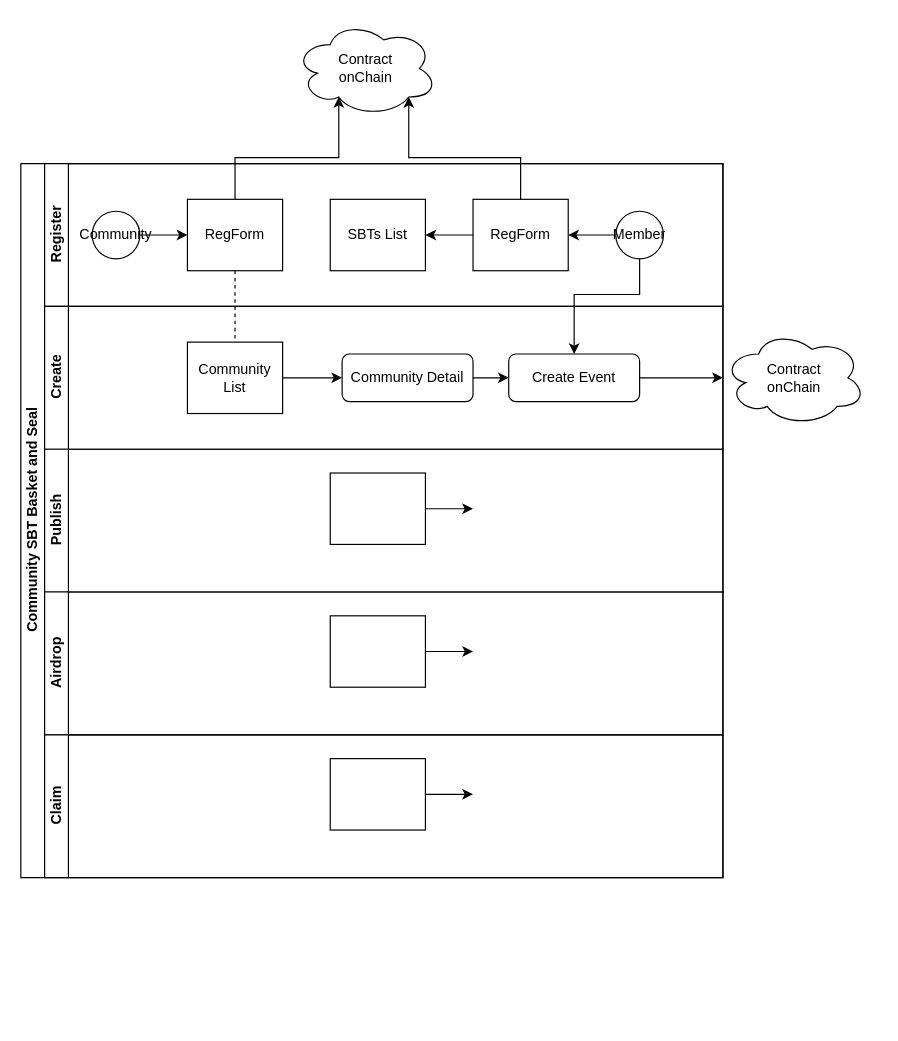
PlanckerLabs/CSBS keeps this draw.io diagram as CSBS-basic.drawio. Above is the earlier version. Source tidied: cells renumbered, new cells numbered last; positions are measured from the earlier drawing's top-left corner, leaving out a move shared by most shapes. Both pictures are drawn from the tidied source at 119%, with x=0, y=0 at pixel (20, 20).
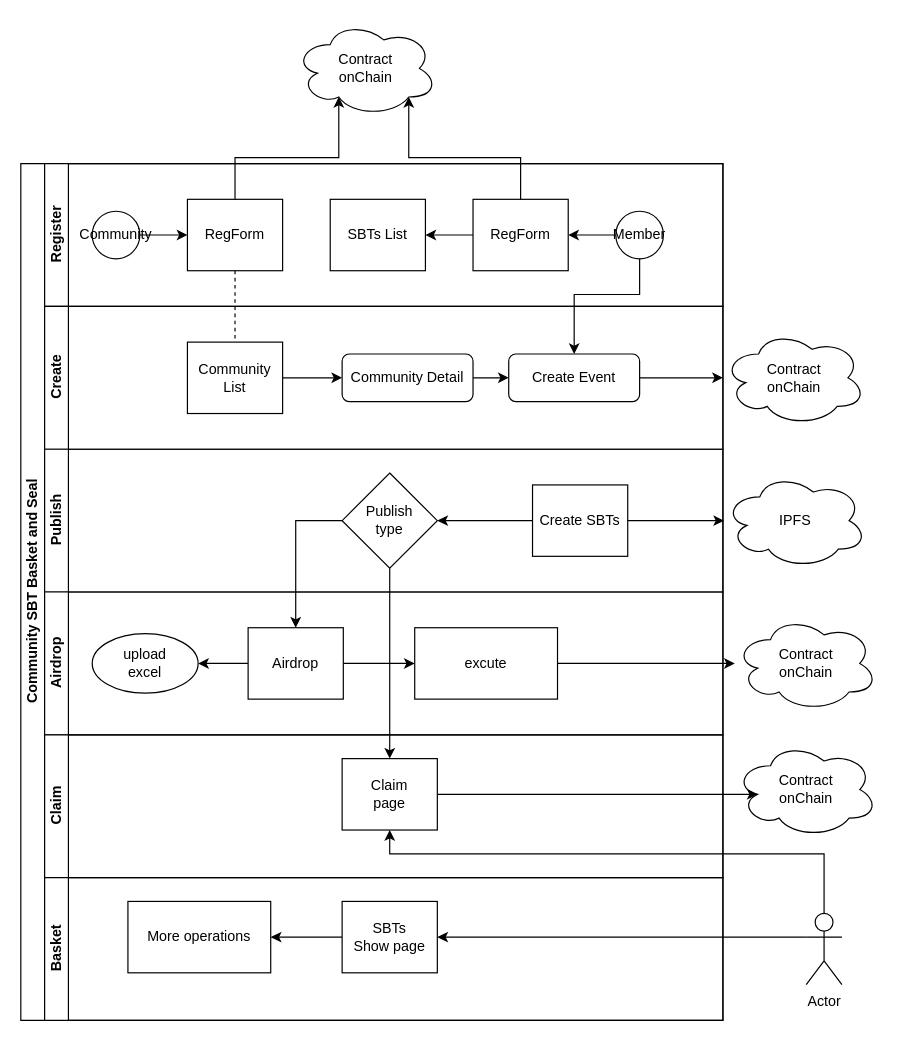
The same page after the edit.

The change refers to these unchanged cells:
```xml
<mxCell id="19" value="Publish" style="swimlane;html=1;startSize=20;horizontal=0;" parent="2" vertex="1">
  <mxGeometry x="20" y="240" width="570" height="120" as="geometry" />
</mxCell>
<mxCell id="22" value="Airdrop" style="swimlane;html=1;startSize=20;horizontal=0;" parent="2" vertex="1">
  <mxGeometry x="20" y="360" width="570" height="120" as="geometry" />
</mxCell>
```

The edit, as a diff of the source:
```diff
@@
     <mxCell id="2" value="Community SBT Basket and Seal" style="swimlane;html=1;horizontal=0;startSize=20;" parent="1" vertex="1">
-      <mxGeometry y="120" width="590" height="600" as="geometry" />
+      <mxGeometry y="120" width="590" height="720" as="geometry" />
     </mxCell>
@@
-    <mxCell id="20" style="edgeStyle=orthogonalEdgeStyle;rounded=0;jettySize=auto;html=1;endArrow=classic;endFill=1;" parent="19" edge="1" source="21">
-      <mxGeometry relative="1" as="geometry">
-        <mxPoint x="360" y="50" as="targetPoint" />
-      </mxGeometry>
-    </mxCell>
+    <mxCell id="34" style="edgeStyle=orthogonalEdgeStyle;rounded=0;jettySize=auto;html=1;" parent="19" edge="1" source="21" target="35">
+      <mxGeometry relative="1" as="geometry" />
+    </mxCell>
-    <mxCell id="21" style="rounded=0;whiteSpace=wrap;html=1;fontFamily=Helvetica;fontSize=12;fontColor=#000000;align=center;" parent="19" vertex="1">
-      <mxGeometry x="240" y="20" width="80" height="60" as="geometry" />
+    <mxCell id="21" value="Create SBTs" style="rounded=0;whiteSpace=wrap;html=1;fontFamily=Helvetica;fontSize=12;fontColor=#000000;align=center;" parent="19" vertex="1">
+      <mxGeometry x="410" y="30" width="80" height="60" as="geometry" />
     </mxCell>
+    <mxCell id="35" value="Publish&lt;br&gt;type" style="rhombus;whiteSpace=wrap;html=1;shadow=0;" parent="19" vertex="1">
+      <mxGeometry x="250" y="20" width="80" height="80" as="geometry" />
+    </mxCell>
@@
-    <mxCell id="23" style="edgeStyle=orthogonalEdgeStyle;rounded=0;jettySize=auto;html=1;endArrow=classic;endFill=1;" parent="22" edge="1" source="24">
-      <mxGeometry relative="1" as="geometry">
-        <mxPoint x="360" y="50" as="targetPoint" />
-      </mxGeometry>
-    </mxCell>
+    <mxCell id="36" style="edgeStyle=orthogonalEdgeStyle;rounded=0;jettySize=auto;html=1;" parent="22" edge="1" source="24" target="37">
+      <mxGeometry relative="1" as="geometry" />
+    </mxCell>
-    <mxCell id="24" style="rounded=0;whiteSpace=wrap;html=1;fontFamily=Helvetica;fontSize=12;fontColor=#000000;align=center;" parent="22" vertex="1">
-      <mxGeometry x="240" y="20" width="80" height="60" as="geometry" />
+    <mxCell id="24" value="Airdrop" style="rounded=0;whiteSpace=wrap;html=1;fontFamily=Helvetica;fontSize=12;fontColor=#000000;align=center;" parent="22" vertex="1">
+      <mxGeometry x="171" y="30" width="80" height="60" as="geometry" />
     </mxCell>
+    <mxCell id="37" value="upload&lt;br&gt;excel" style="ellipse;whiteSpace=wrap;html=1;fontColor=#000000;rounded=0;" parent="22" vertex="1">
+      <mxGeometry x="40" y="35" width="89" height="50" as="geometry" />
+    </mxCell>
+    <mxCell id="38" value="Claim" style="swimlane;html=1;startSize=20;horizontal=0;" parent="2" vertex="1">
+      <mxGeometry x="20" y="480" width="570" height="120" as="geometry" />
+    </mxCell>
+    <mxCell id="39" value="Claim&lt;br&gt;page" style="rounded=0;whiteSpace=wrap;html=1;fontFamily=Helvetica;fontSize=12;fontColor=#000000;align=center;" parent="38" vertex="1">
+      <mxGeometry x="250" y="20" width="80" height="60" as="geometry" />
+    </mxCell>
-    <mxCell id="25" value="Claim" style="swimlane;html=1;startSize=20;horizontal=0;" parent="2" vertex="1">
-      <mxGeometry x="20" y="480" width="570" height="120" as="geometry" />
+    <mxCell id="25" value="Basket" style="swimlane;html=1;startSize=20;horizontal=0;" parent="2" vertex="1">
+      <mxGeometry x="20" y="600" width="570" height="120" as="geometry" />
     </mxCell>
-    <mxCell id="26" style="edgeStyle=orthogonalEdgeStyle;rounded=0;jettySize=auto;html=1;endArrow=classic;endFill=1;" parent="25" edge="1" source="27">
-      <mxGeometry relative="1" as="geometry">
-        <mxPoint x="360" y="50" as="targetPoint" />
-      </mxGeometry>
-    </mxCell>
+    <mxCell id="40" style="edgeStyle=orthogonalEdgeStyle;rounded=0;jettySize=auto;html=1;" parent="25" edge="1" source="27" target="41">
+      <mxGeometry relative="1" as="geometry" />
+    </mxCell>
-    <mxCell id="27" style="rounded=0;whiteSpace=wrap;html=1;fontFamily=Helvetica;fontSize=12;fontColor=#000000;align=center;" parent="25" vertex="1">
-      <mxGeometry x="240" y="20" width="80" height="60" as="geometry" />
+    <mxCell id="27" value="SBTs&lt;br&gt;Show page" style="rounded=0;whiteSpace=wrap;html=1;fontFamily=Helvetica;fontSize=12;fontColor=#000000;align=center;" parent="25" vertex="1">
+      <mxGeometry x="250" y="20" width="80" height="60" as="geometry" />
     </mxCell>
+    <mxCell id="41" value="More operations" style="whiteSpace=wrap;html=1;fontColor=#000000;rounded=0;" parent="25" vertex="1">
+      <mxGeometry x="70" y="20" width="120" height="60" as="geometry" />
+    </mxCell>
@@
+    <mxCell id="42" style="edgeStyle=orthogonalEdgeStyle;rounded=0;jettySize=auto;html=1;exitX=0;exitY=0.5;exitDx=0;exitDy=0;" parent="2" edge="1" source="35" target="24">
+      <mxGeometry relative="1" as="geometry" />
+    </mxCell>
+    <mxCell id="43" style="edgeStyle=orthogonalEdgeStyle;rounded=0;jettySize=auto;html=1;" parent="2" edge="1" source="35" target="39">
+      <mxGeometry relative="1" as="geometry" />
+    </mxCell>
@@
+    <mxCell id="44" value="IPFS" style="ellipse;shape=cloud;whiteSpace=wrap;html=1;shadow=0;" parent="1" vertex="1">
+      <mxGeometry x="591" y="380" width="120" height="80" as="geometry" />
+    </mxCell>
+    <mxCell id="45" style="edgeStyle=orthogonalEdgeStyle;rounded=0;jettySize=auto;html=1;exitX=1;exitY=0.5;exitDx=0;exitDy=0;" parent="1" edge="1" source="46" target="48">
+      <mxGeometry relative="1" as="geometry" />
+    </mxCell>
+    <mxCell id="46" value="excute" style="whiteSpace=wrap;html=1;fontColor=#000000;rounded=0;" parent="1" vertex="1">
+      <mxGeometry x="331" y="510" width="120" height="60" as="geometry" />
+    </mxCell>
+    <mxCell id="47" style="edgeStyle=orthogonalEdgeStyle;rounded=0;jettySize=auto;html=1;" parent="1" edge="1" source="24" target="46">
+      <mxGeometry relative="1" as="geometry" />
+    </mxCell>
+    <mxCell id="48" value="Contract&lt;br&gt;onChain" style="ellipse;shape=cloud;whiteSpace=wrap;html=1;shadow=0;" parent="1" vertex="1">
+      <mxGeometry x="600" y="500" width="120" height="80" as="geometry" />
+    </mxCell>
+    <mxCell id="49" style="edgeStyle=orthogonalEdgeStyle;rounded=0;jettySize=auto;html=1;exitX=0;exitY=0.3333333333333333;exitDx=0;exitDy=0;exitPerimeter=0;entryX=1;entryY=0.5;entryDx=0;entryDy=0;" parent="1" edge="1" source="51" target="27">
+      <mxGeometry relative="1" as="geometry" />
+    </mxCell>
+    <mxCell id="50" style="edgeStyle=orthogonalEdgeStyle;rounded=0;jettySize=auto;html=1;exitX=0.5;exitY=0;exitDx=0;exitDy=0;exitPerimeter=0;" parent="1" edge="1" source="51" target="39">
+      <mxGeometry relative="1" as="geometry">
+        <Array as="points">
+          <mxPoint x="675" y="700" />
+          <mxPoint x="310" y="700" />
+        </Array>
+      </mxGeometry>
+    </mxCell>
+    <mxCell id="51" value="Actor" style="shape=umlActor;verticalLabelPosition=bottom;verticalAlign=top;html=1;outlineConnect=0;shadow=0;" parent="1" vertex="1">
+      <mxGeometry x="660" y="750" width="30" height="60" as="geometry" />
+    </mxCell>
+    <mxCell id="52" value="Contract&lt;br&gt;onChain" style="ellipse;shape=cloud;whiteSpace=wrap;html=1;shadow=0;" parent="1" vertex="1">
+      <mxGeometry x="600" y="606" width="120" height="80" as="geometry" />
+    </mxCell>
+    <mxCell id="53" style="edgeStyle=orthogonalEdgeStyle;rounded=0;jettySize=auto;html=1;exitX=1;exitY=0.5;exitDx=0;exitDy=0;entryX=0.16;entryY=0.55;entryDx=0;entryDy=0;entryPerimeter=0;" parent="1" edge="1" source="39" target="52">
+      <mxGeometry relative="1" as="geometry" />
+    </mxCell>
+    <mxCell id="54" style="edgeStyle=orthogonalEdgeStyle;rounded=0;jettySize=auto;html=1;exitX=1;exitY=0.5;exitDx=0;exitDy=0;" parent="1" edge="1" source="21" target="44">
+      <mxGeometry relative="1" as="geometry" />
+    </mxCell>
```
